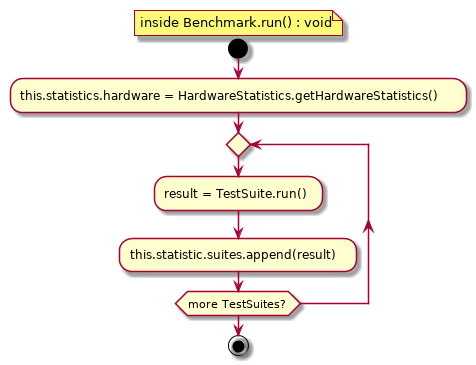
Mateusz-Grzelinski/set-research-documentation keeps this PlantUML diagram as benchmark/activity_diagrams/benchmark_run.png. Above is the earlier version.
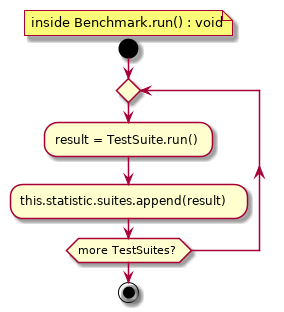
After the change.

The edit, as a diff of the source:
```diff
@@ -2,8 +2,6 @@
 floating note: inside Benchmark.run() : void
 
 start
-
-:this.statistics.hardware = HardwareStatistics.getHardwareStatistics();
 
 repeat
 :result = TestSuite.run();
```
